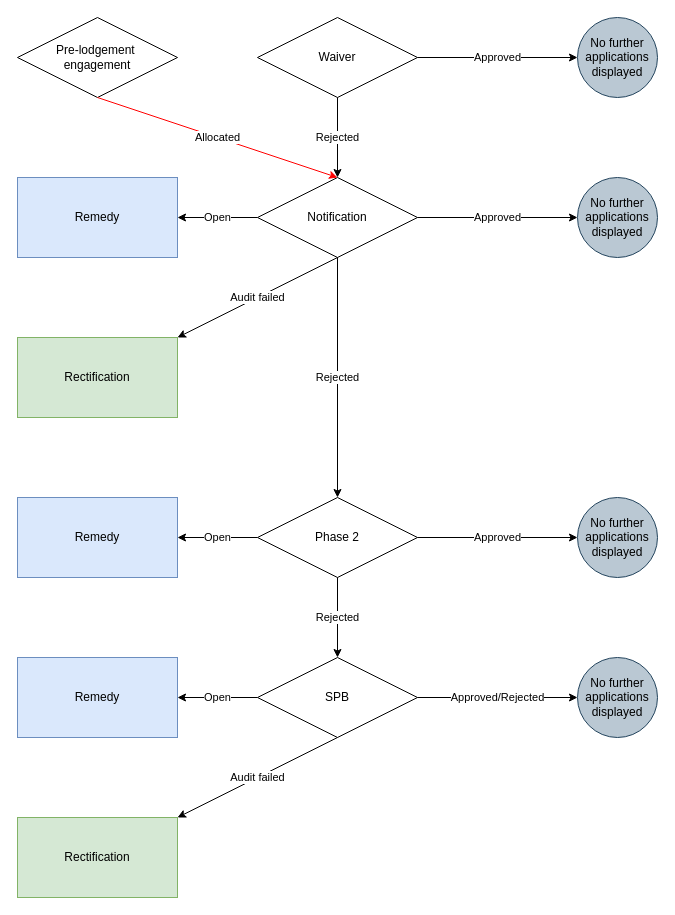
Above: page "Form flow" (4 of 9) of Merger.drawio in danieldotskc/helloworld (draw.io), before the change. Source tidied: cells renumbered, new cells numbered last; positions are measured from the earlier drawing's top-left corner, leaving out a move shared by most shapes. Both pictures are drawn from the tidied source at 100%, with x=0, y=0 at pixel (17, 17).
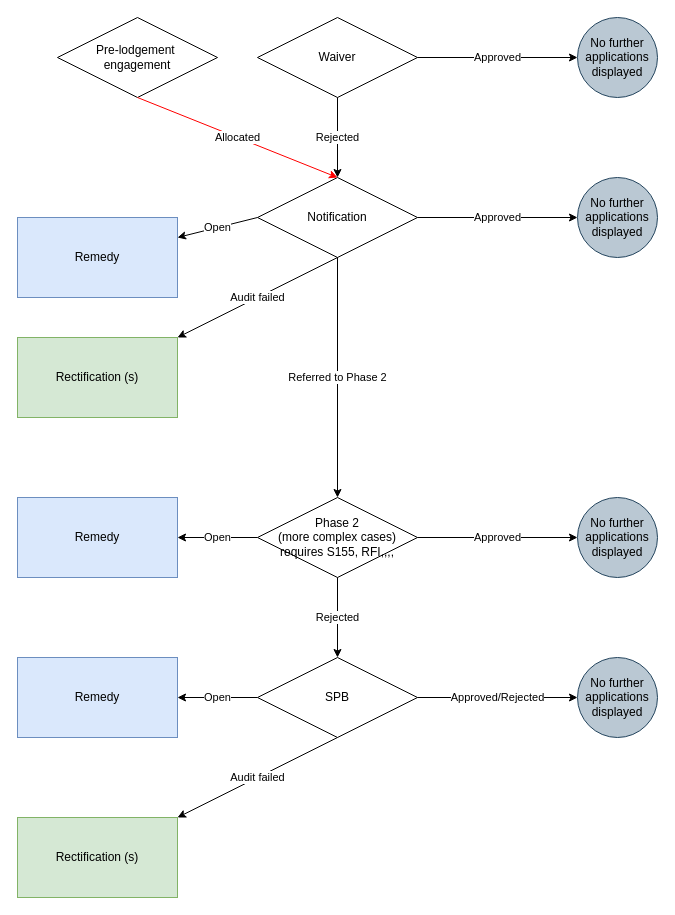
The same diagram, later.

The change refers to these unchanged cells:
```xml
<mxCell id="2" value="Notification" style="rhombus;whiteSpace=wrap;html=1;" parent="1" vertex="1">
  <mxGeometry x="240" y="160" width="160" height="80" as="geometry" />
</mxCell>
```

The edit, as a diff of the source:
```diff
@@
     <mxCell id="7" value="Pre-lodgement&amp;nbsp;&lt;div&gt;engagement&lt;/div&gt;" style="rhombus;whiteSpace=wrap;html=1;" parent="1" vertex="1">
-      <mxGeometry width="160" height="80" as="geometry" />
+      <mxGeometry x="40" width="160" height="80" as="geometry" />
     </mxCell>
@@
-    <mxCell id="13" value="Phase 2" style="rhombus;whiteSpace=wrap;html=1;" parent="1" vertex="1">
+    <mxCell id="13" value="Phase 2&lt;div&gt;(more complex cases)&lt;/div&gt;&lt;div&gt;requires S155, RFI,,,,&lt;/div&gt;" style="rhombus;whiteSpace=wrap;html=1;" parent="1" vertex="1">
       <mxGeometry x="240" y="480" width="160" height="80" as="geometry" />
     </mxCell>
-    <mxCell id="14" value="Rejected" style="endArrow=classic;html=1;rounded=0;exitX=0.5;exitY=1;exitDx=0;exitDy=0;entryX=0.5;entryY=0;entryDx=0;entryDy=0;" parent="1" edge="1" source="2" target="13">
+    <mxCell id="14" value="Referred to Phase 2" style="endArrow=classic;html=1;rounded=0;exitX=0.5;exitY=1;exitDx=0;exitDy=0;entryX=0.5;entryY=0;entryDx=0;entryDy=0;" parent="1" edge="1" source="2" target="13">
       <mxGeometry relative="1" as="geometry" />
     </mxCell>
@@
     <mxCell id="24" value="Remedy" style="rounded=0;whiteSpace=wrap;html=1;fillColor=#dae8fc;strokeColor=#6c8ebf;" parent="1" vertex="1">
-      <mxGeometry y="160" width="160" height="80" as="geometry" />
+      <mxGeometry y="200" width="160" height="80" as="geometry" />
     </mxCell>
@@
-    <mxCell id="27" value="Rectification" style="rounded=0;whiteSpace=wrap;html=1;fillColor=#d5e8d4;strokeColor=#82b366;" parent="1" vertex="1">
+    <mxCell id="27" value="Rectification (s)" style="rounded=0;whiteSpace=wrap;html=1;fillColor=#d5e8d4;strokeColor=#82b366;" parent="1" vertex="1">
       <mxGeometry y="320" width="160" height="80" as="geometry" />
     </mxCell>
-    <mxCell id="28" value="Rectification" style="rounded=0;whiteSpace=wrap;html=1;fillColor=#d5e8d4;strokeColor=#82b366;" parent="1" vertex="1">
+    <mxCell id="28" value="Rectification (s)" style="rounded=0;whiteSpace=wrap;html=1;fillColor=#d5e8d4;strokeColor=#82b366;" parent="1" vertex="1">
       <mxGeometry y="800" width="160" height="80" as="geometry" />
     </mxCell>
```
